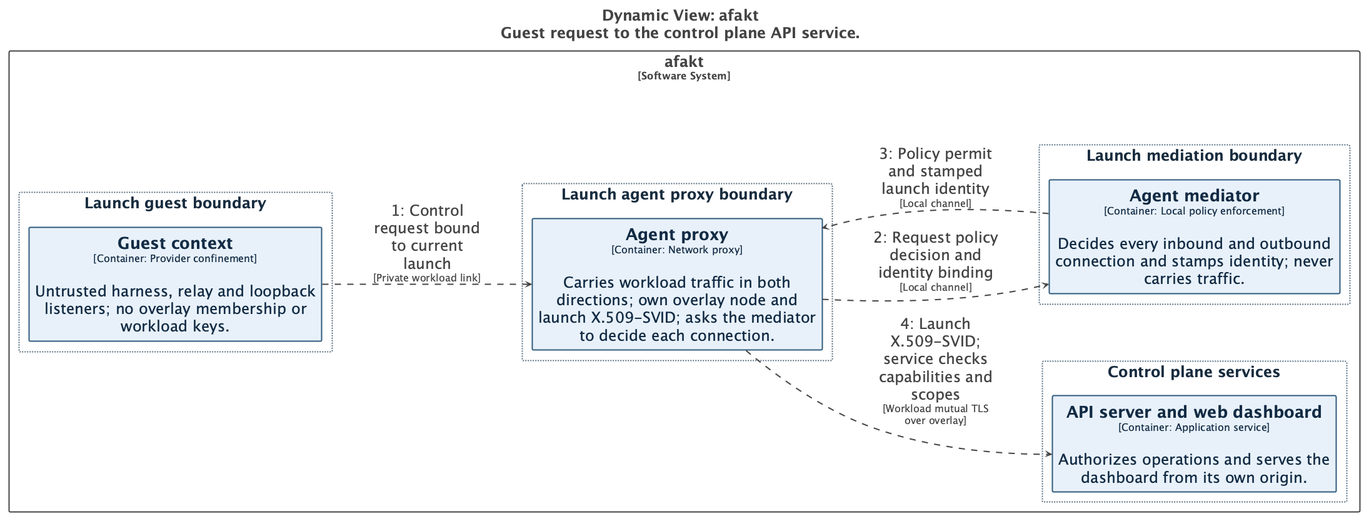
tbhb-dev/afakt keeps this PlantUML diagram as docs/diagrams/structurizr-network-flow-control.png. Above is the earlier version. Its source is kept beside it as docs/diagrams/structurizr-network-flow-control.puml.
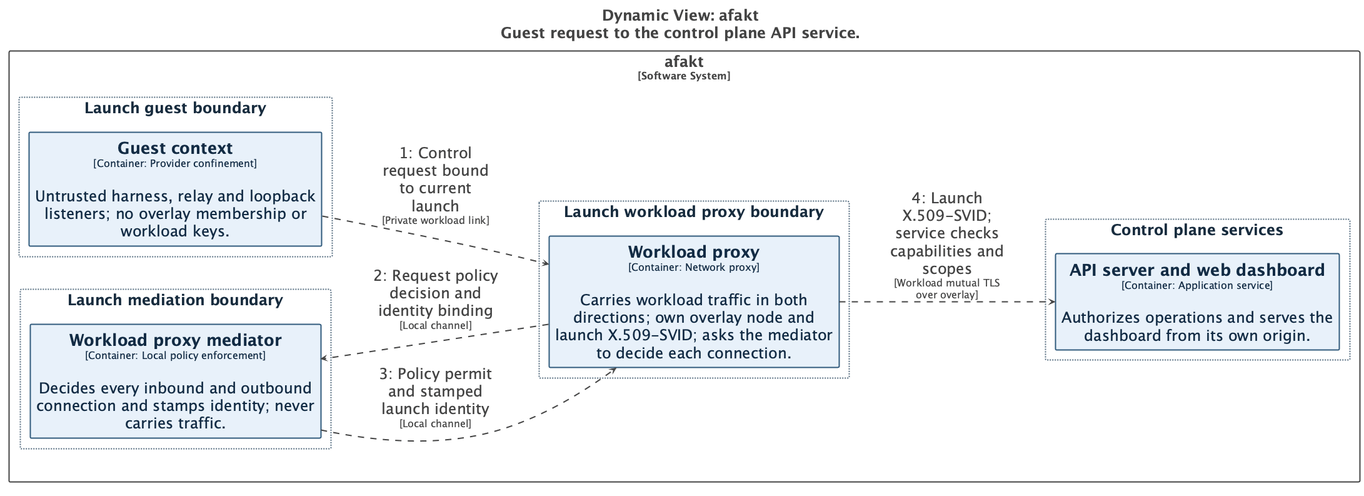
After the commit.

The edit, as a diff of the source:
```diff
@@ -60,17 +60,6 @@
     HorizontalAlignment: center;
     Shadowing: 0;
   }
-  // Launch agent proxy boundary
-  .Group-TGF1bmNoIGFnZW50IHByb3h5IGJvdW5kYXJ5 {
-    BackgroundColor: #ffffff;
-    LineColor: #536b7e;
-    LineStyle: 2-2;
-    LineThickness: 2;
-    FontColor: #182c3e;
-    FontSize: 24;
-    HorizontalAlignment: center;
-    Shadowing: 0;
-  }
   // Launch guest boundary
   .Group-TGF1bmNoIGd1ZXN0IGJvdW5kYXJ5 {
     BackgroundColor: #ffffff;
@@ -93,6 +82,17 @@
     HorizontalAlignment: center;
     Shadowing: 0;
   }
+  // Launch workload proxy boundary
+  .Group-TGF1bmNoIHdvcmtsb2FkIHByb3h5IGJvdW5kYXJ5 {
+    BackgroundColor: #ffffff;
+    LineColor: #536b7e;
+    LineStyle: 2-2;
+    LineThickness: 2;
+    FontColor: #182c3e;
+    FontSize: 24;
+    HorizontalAlignment: center;
+    Shadowing: 0;
+  }
 </style>
 
 rectangle "afakt\n<size:16>[Software System]</size>" <<Boundary-YWZha3Q=>> {
@@ -100,23 +100,23 @@
     rectangle "==API server and web dashboard\n<size:16>[Container: Application service]</size>\n\nAuthorizes operations and serves the dashboard from its own origin." <<Element-RWxlbWVudCxUb3BvbG9neQ==>> as afakt.APIserverandwebdashboard
   }
 
-  rectangle "Launch agent proxy boundary" <<Group-TGF1bmNoIGFnZW50IHByb3h5IGJvdW5kYXJ5>> as group7 {
-    rectangle "==Agent proxy\n<size:16>[Container: Network proxy]</size>\n\nCarries workload traffic in both directions; own overlay node and launch X.509-SVID; asks the mediator to decide each connection." <<Element-RWxlbWVudCxUb3BvbG9neQ==>> as afakt.Agentproxy
-  }
-
-  rectangle "Launch guest boundary" <<Group-TGF1bmNoIGd1ZXN0IGJvdW5kYXJ5>> as group8 {
+  rectangle "Launch guest boundary" <<Group-TGF1bmNoIGd1ZXN0IGJvdW5kYXJ5>> as group7 {
     rectangle "==Guest context\n<size:16>[Container: Provider confinement]</size>\n\nUntrusted harness, relay and loopback listeners; no overlay membership or workload keys." <<Element-RWxlbWVudCxUb3BvbG9neQ==>> as afakt.Guestcontext
   }
 
-  rectangle "Launch mediation boundary" <<Group-TGF1bmNoIG1lZGlhdGlvbiBib3VuZGFyeQ==>> as group9 {
-    rectangle "==Agent mediator\n<size:16>[Container: Local policy enforcement]</size>\n\nDecides every inbound and outbound connection and stamps identity; never carries traffic." <<Element-RWxlbWVudCxUb3BvbG9neQ==>> as afakt.Agentmediator
+  rectangle "Launch mediation boundary" <<Group-TGF1bmNoIG1lZGlhdGlvbiBib3VuZGFyeQ==>> as group8 {
+    rectangle "==Workload proxy mediator\n<size:16>[Container: Local policy enforcement]</size>\n\nDecides every inbound and outbound connection and stamps identity; never carries traffic." <<Element-RWxlbWVudCxUb3BvbG9neQ==>> as afakt.Workloadproxymediator
+  }
+
+  rectangle "Launch workload proxy boundary" <<Group-TGF1bmNoIHdvcmtsb2FkIHByb3h5IGJvdW5kYXJ5>> as group9 {
+    rectangle "==Workload proxy\n<size:16>[Container: Network proxy]</size>\n\nCarries workload traffic in both directions; own overlay node and launch X.509-SVID; asks the mediator to decide each connection." <<Element-RWxlbWVudCxUb3BvbG9neQ==>> as afakt.Workloadproxy
   }
 
 }
 
-afakt.Guestcontext --> afakt.Agentproxy <<Relationship-UmVsYXRpb25zaGlw>> : "1: Control request bound to current launch\n<size:16>[Private workload link]</size>"
-afakt.Agentproxy --> afakt.Agentmediator <<Relationship-UmVsYXRpb25zaGlw>> : "2: Request policy decision and identity binding\n<size:16>[Local channel]</size>"
-afakt.Agentmediator --> afakt.Agentproxy <<Relationship-UmVsYXRpb25zaGlw>> : "3: Policy permit and stamped launch identity\n<size:16>[Local channel]</size>"
-afakt.Agentproxy --> afakt.APIserverandwebdashboard <<Relationship-UmVsYXRpb25zaGlw>> : "4: Launch X.509-SVID; service checks capabilities and scopes\n<size:16>[Workload mutual TLS over overlay]</size>"
+afakt.Guestcontext --> afakt.Workloadproxy <<Relationship-UmVsYXRpb25zaGlw>> : "1: Control request bound to current launch\n<size:16>[Private workload link]</size>"
+afakt.Workloadproxy --> afakt.Workloadproxymediator <<Relationship-UmVsYXRpb25zaGlw>> : "2: Request policy decision and identity binding\n<size:16>[Local channel]</size>"
+afakt.Workloadproxymediator --> afakt.Workloadproxy <<Relationship-UmVsYXRpb25zaGlw>> : "3: Policy permit and stamped launch identity\n<size:16>[Local channel]</size>"
+afakt.Workloadproxy --> afakt.APIserverandwebdashboard <<Relationship-UmVsYXRpb25zaGlw>> : "4: Launch X.509-SVID; service checks capabilities and scopes\n<size:16>[Workload mutual TLS over overlay]</size>"
 
 @enduml
```
